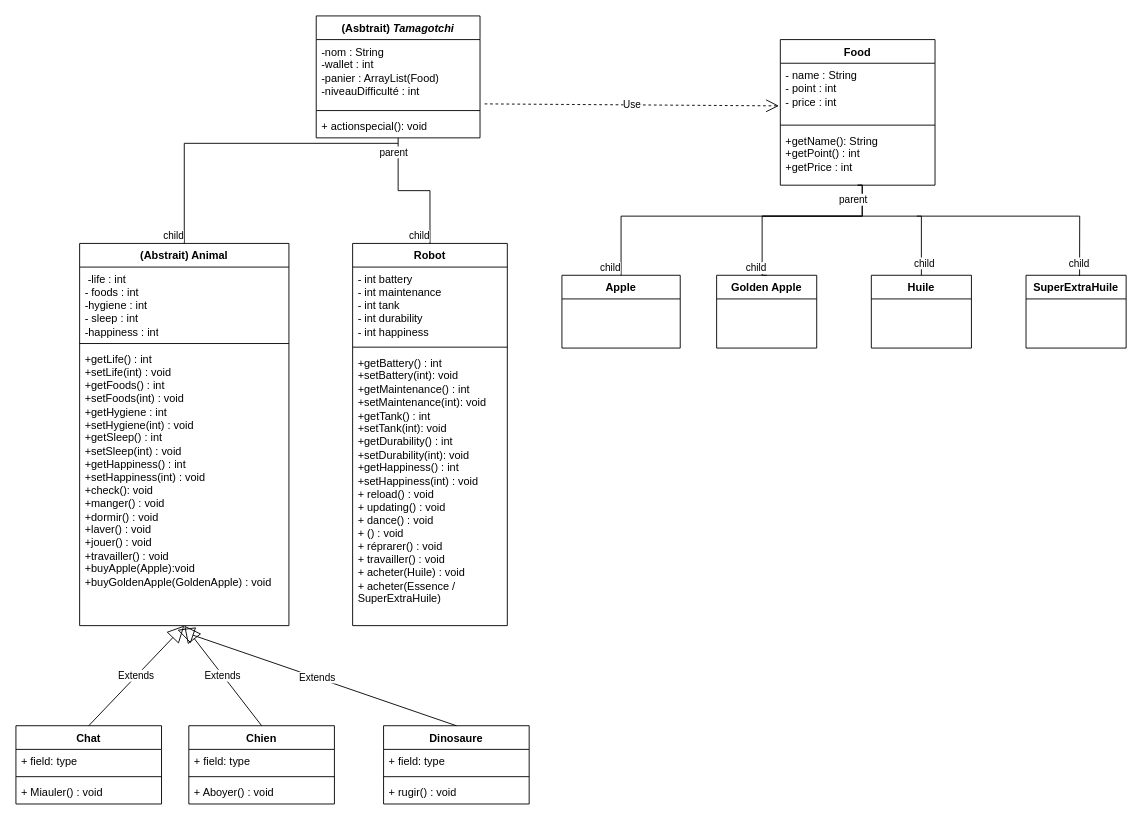
Before: page "Page-2" (2 of 2) of Diagram.drawio in BMaurice56/Tamagotchi, a draw.io diagram. Source tidied: cells renumbered, new cells numbered last; positions are measured from the earlier drawing's top-left corner, leaving out a move shared by most shapes. Both pictures are drawn from the tidied source at 91%, with x=0, y=0 at pixel (15, 15).
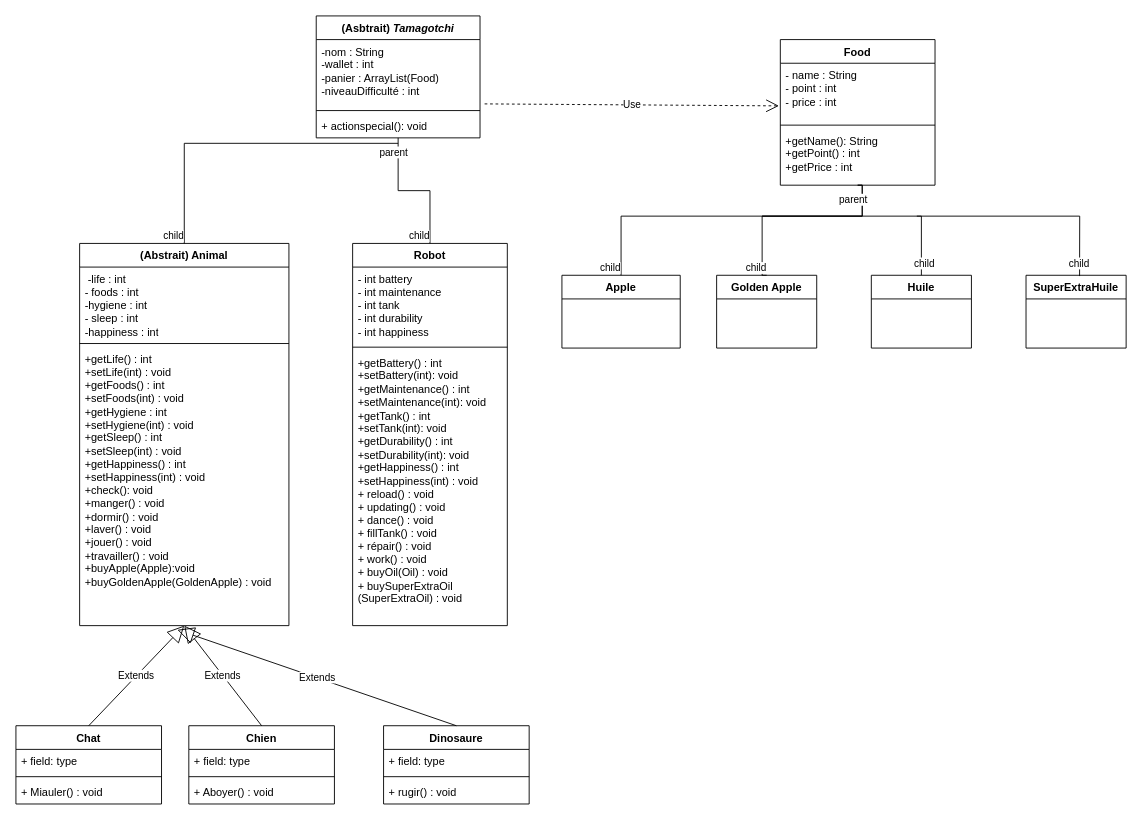
The same diagram, later.

The change refers to these unchanged cells:
```xml
<mxCell id="10" value="Robot" style="swimlane;fontStyle=1;align=center;verticalAlign=top;horizontal=1;startSize=26;whiteSpace=wrap;html=1;" parent="1" vertex="1">
  <mxGeometry x="370" y="250" width="170" height="420" as="geometry" />
</mxCell>
```

The edit, as a diff of the source:
```diff
@@
-    <mxCell id="13" value="+getBattery() : int&lt;br&gt;+setBattery(int): void&lt;br&gt;+getMaintenance() : int&lt;br style=&quot;border-color: var(--border-color);&quot;&gt;+setMaintenance(int): void&lt;br&gt;+getTank() : int&lt;br style=&quot;border-color: var(--border-color);&quot;&gt;+setTank(int): void&lt;br&gt;+getDurability() : int&lt;br style=&quot;border-color: var(--border-color);&quot;&gt;+setDurability(int): void&lt;br&gt;&lt;div style=&quot;border-color: var(--border-color);&quot;&gt;+getHappiness() : int&lt;br style=&quot;border-color: var(--border-color);&quot;&gt;&lt;/div&gt;+setHappiness(int) : void&lt;br&gt;+ reload() : void&lt;br&gt;&lt;div&gt;+ updating() : void&lt;/div&gt;+ dance() : void&lt;br&gt;+ () : void&lt;br&gt;+ réprarer() : void&lt;br&gt;+ travailler() : void&lt;br&gt;+ acheter(Huile) : void&lt;br&gt;+ acheter(Essence / SuperExtraHuile)" style="text;strokeColor=none;fillColor=none;align=left;verticalAlign=top;spacingLeft=4;spacingRight=4;overflow=hidden;whiteSpace=wrap;html=1;" parent="10" vertex="1">
+    <mxCell id="13" value="+getBattery() : int&lt;br&gt;+setBattery(int): void&lt;br&gt;+getMaintenance() : int&lt;br style=&quot;border-color: var(--border-color);&quot;&gt;+setMaintenance(int): void&lt;br&gt;+getTank() : int&lt;br style=&quot;border-color: var(--border-color);&quot;&gt;+setTank(int): void&lt;br&gt;+getDurability() : int&lt;br style=&quot;border-color: var(--border-color);&quot;&gt;+setDurability(int): void&lt;br&gt;&lt;div style=&quot;border-color: var(--border-color);&quot;&gt;+getHappiness() : int&lt;br style=&quot;border-color: var(--border-color);&quot;&gt;&lt;/div&gt;+setHappiness(int) : void&lt;br&gt;+ reload() : void&lt;br&gt;&lt;div&gt;+ updating() : void&lt;/div&gt;+ dance() : void&lt;br&gt;+ fillTank() : void&lt;br&gt;+ répair() : void&lt;br&gt;+ work() : void&lt;br&gt;+ buyOil(Oil) : void&lt;br&gt;+ buySuperExtraOil (SuperExtraOil) : void" style="text;strokeColor=none;fillColor=none;align=left;verticalAlign=top;spacingLeft=4;spacingRight=4;overflow=hidden;whiteSpace=wrap;html=1;" parent="10" vertex="1">
       <mxGeometry y="118" width="170" height="302" as="geometry" />
     </mxCell>
```
